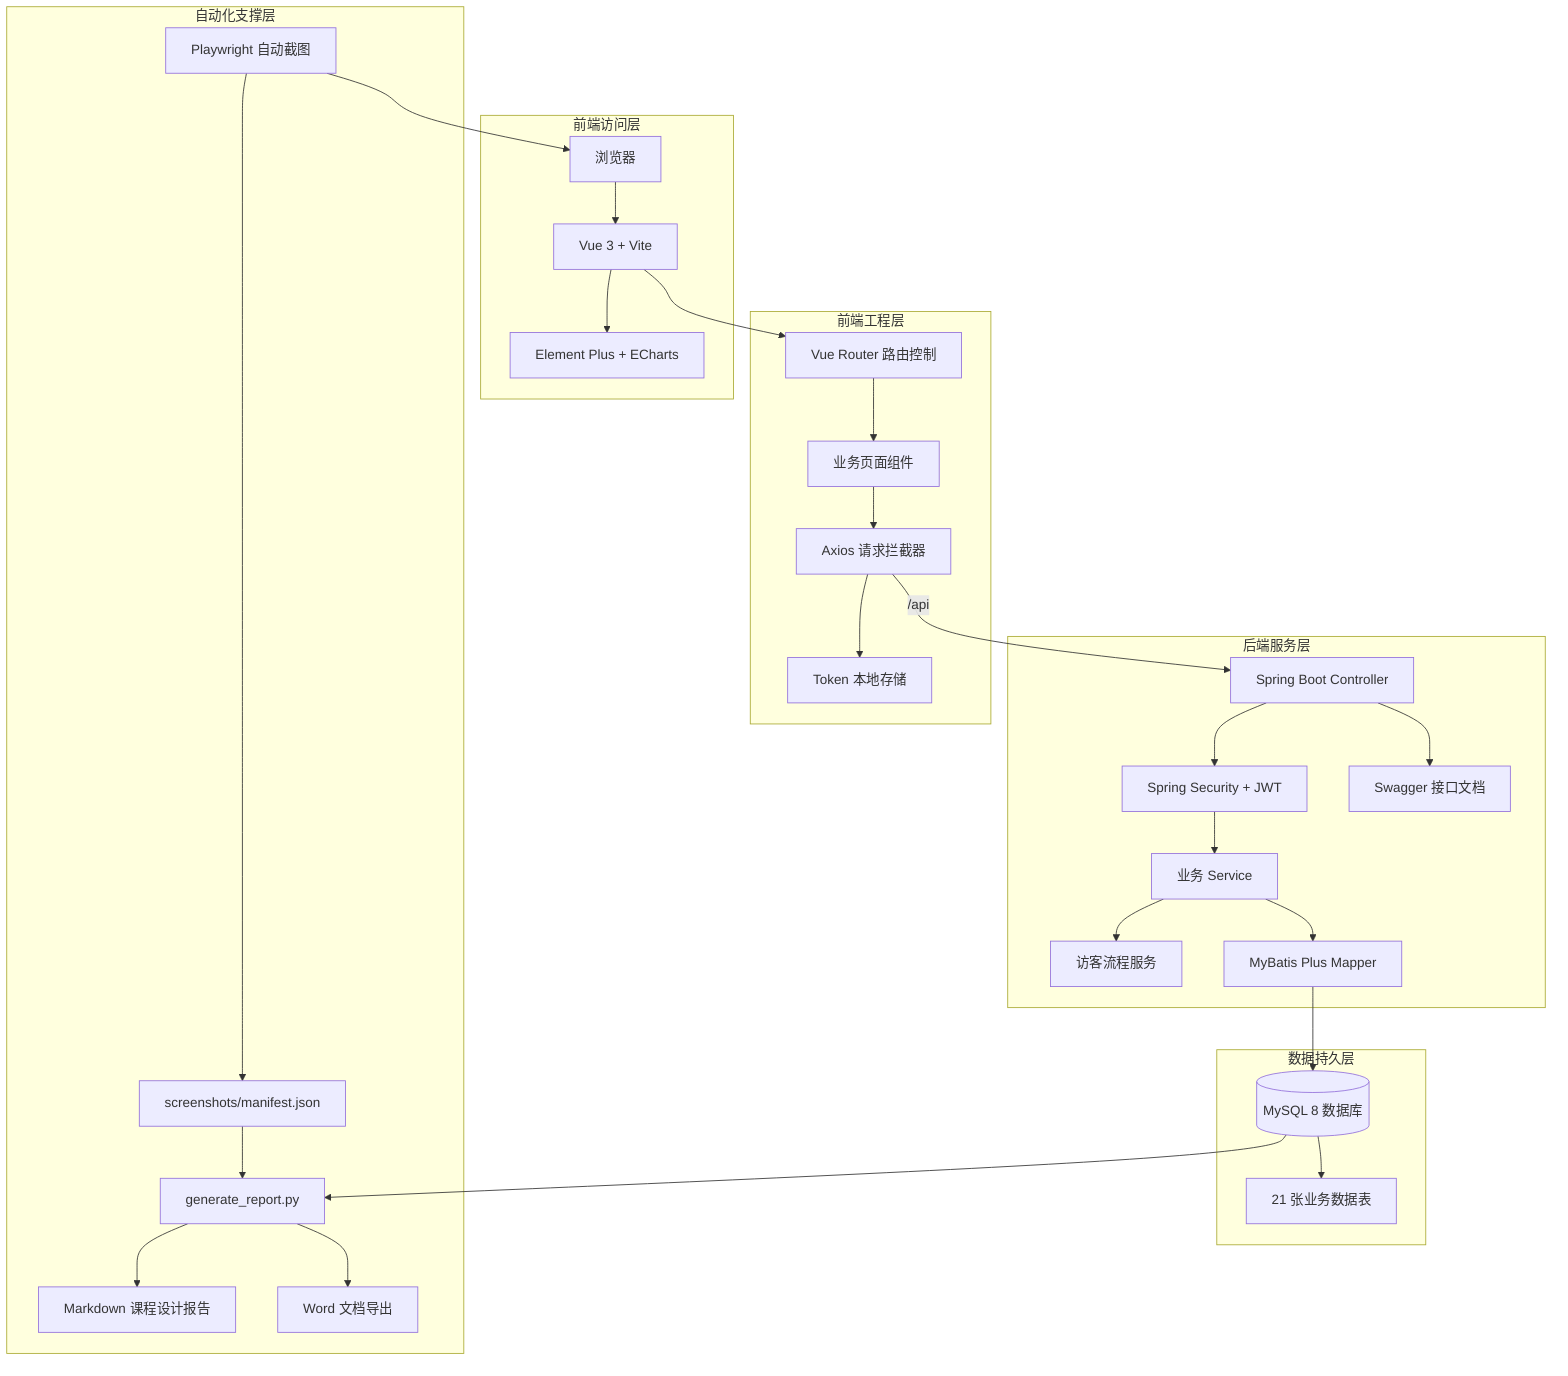
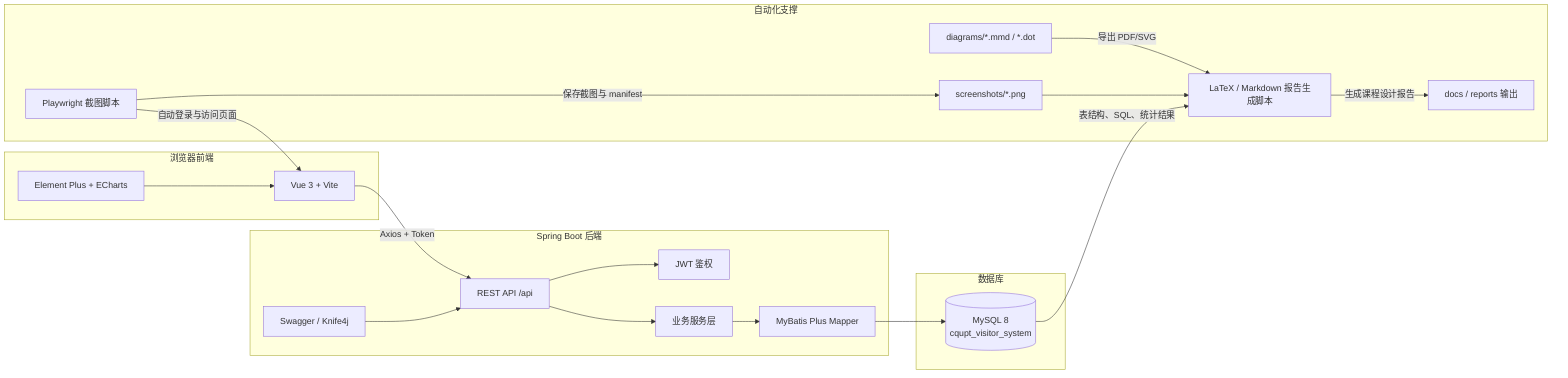
- flowchart TB
-   subgraph Client[前端访问层]
-     Browser[浏览器]
-     Vue[Vue 3 + Vite]
-     Element[Element Plus + ECharts]
+ flowchart LR
+   subgraph Client[浏览器前端]
+     Browser[Vue 3 + Vite]
+     UI[Element Plus + ECharts]
  end

-   subgraph Frontend[前端工程层]
-     Router[Vue Router 路由控制]
-     Axios[Axios 请求拦截器]
-     Token[Token 本地存储]
-     Pages[业务页面组件]
+   subgraph Backend[Spring Boot 后端]
+     API[REST API /api]
+     Auth[JWT 鉴权]
+     Service[业务服务层]
+     Mapper[MyBatis Plus Mapper]
+     Swagger[Swagger / Knife4j]
  end

-   subgraph Backend[后端服务层]
-     Controller[Spring Boot Controller]
-     Security[Spring Security + JWT]
-     Service[业务 Service]
-     Workflow[访客流程服务]
-     Mapper[MyBatis Plus Mapper]
-     Swagger[Swagger 接口文档]
+   subgraph Database[数据库]
+     MySQL[(MySQL 8\ncqupt_visitor_system)]
  end

-   subgraph Data[数据持久层]
-     MySQL[(MySQL 8 数据库)]
-     Tables[21 张业务数据表]
+   subgraph Automation[自动化支撑]
+     Playwright[Playwright 截图脚本]
+     ReportScript[LaTeX / Markdown 报告生成脚本]
+     DiagramFiles[diagrams/*.mmd / *.dot]
+     ScreenshotDir[screenshots/*.png]
+     ReportDir[docs / reports 输出]
  end

-   subgraph Automation[自动化支撑层]
-     Playwright[Playwright 自动截图]
-     Manifest[screenshots/manifest.json]
-     ReportScript[generate_report.py]
-     Markdown[Markdown 课程设计报告]
-     Word[Word 文档导出]
-   end
- 
-   Browser --> Vue
-   Vue --> Element
-   Vue --> Router
-   Router --> Pages
-   Pages --> Axios
-   Axios --> Token
-   Axios -->|/api| Controller
-   Controller --> Security
-   Security --> Service
-   Service --> Workflow
+   Browser -->|Axios + Token| API
+   UI --> Browser
+   API --> Auth
+   API --> Service
  Service --> Mapper
  Mapper --> MySQL
-   MySQL --> Tables
-   Controller --> Swagger
+   Swagger --> API

-   Playwright --> Browser
-   Playwright --> Manifest
-   Manifest --> ReportScript
-   MySQL --> ReportScript
-   ReportScript --> Markdown
-   ReportScript --> Word+   Playwright -->|自动登录与访问页面| Browser
+   Playwright -->|保存截图与 manifest| ScreenshotDir
+   DiagramFiles -->|导出 PDF/SVG| ReportScript
+   ScreenshotDir --> ReportScript
+   MySQL -->|表结构、SQL、统计结果| ReportScript
+   ReportScript -->|生成课程设计报告| ReportDir